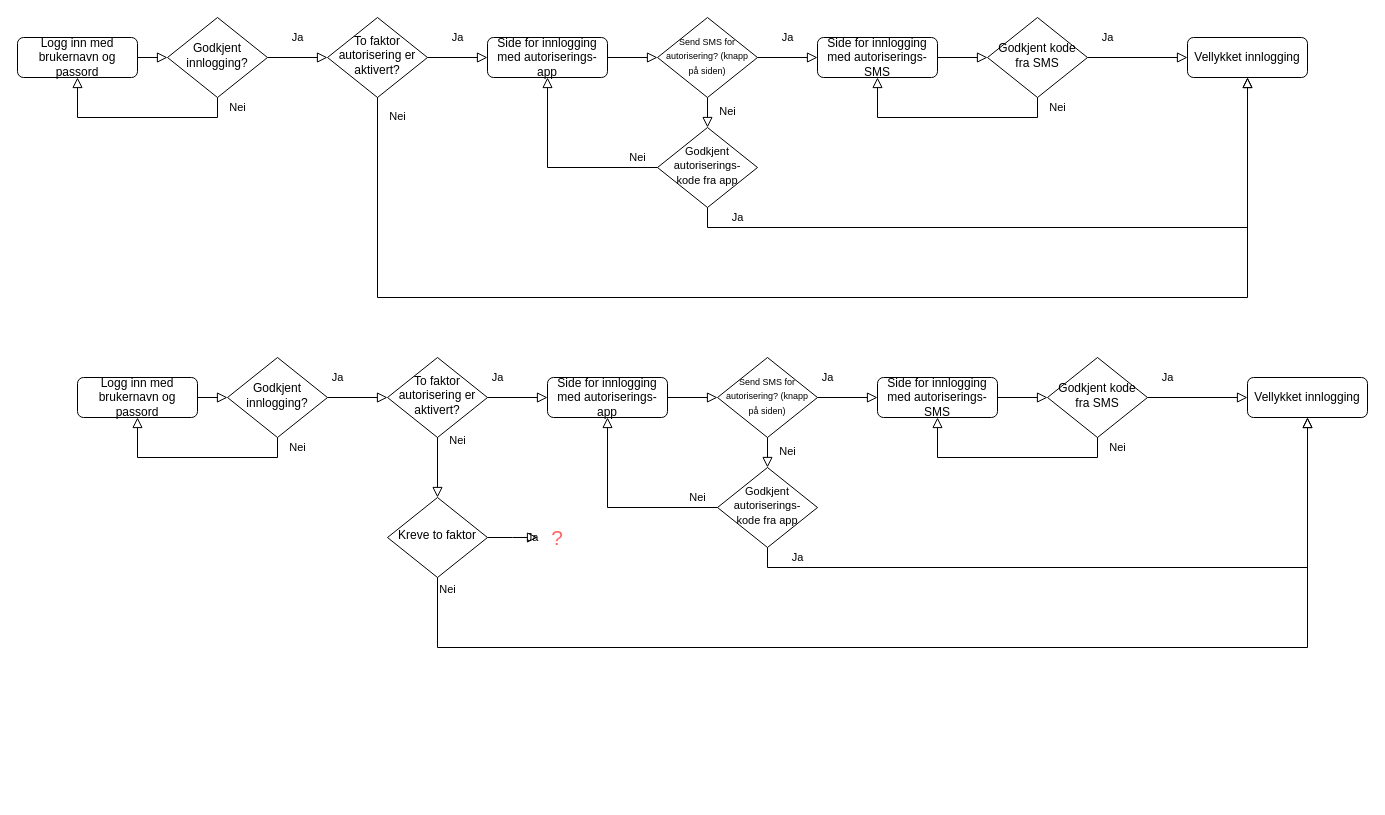
This is Untitled Diagram.drawio from Andreaskaa/sso_dummy, a draw.io file, before an edit. Source tidied: cells renumbered, new cells numbered last; positions are measured from the earlier drawing's top-left corner, leaving out a move shared by most shapes. Both pictures are drawn from the tidied source at 100%, with x=0, y=0 at pixel (17, 17).
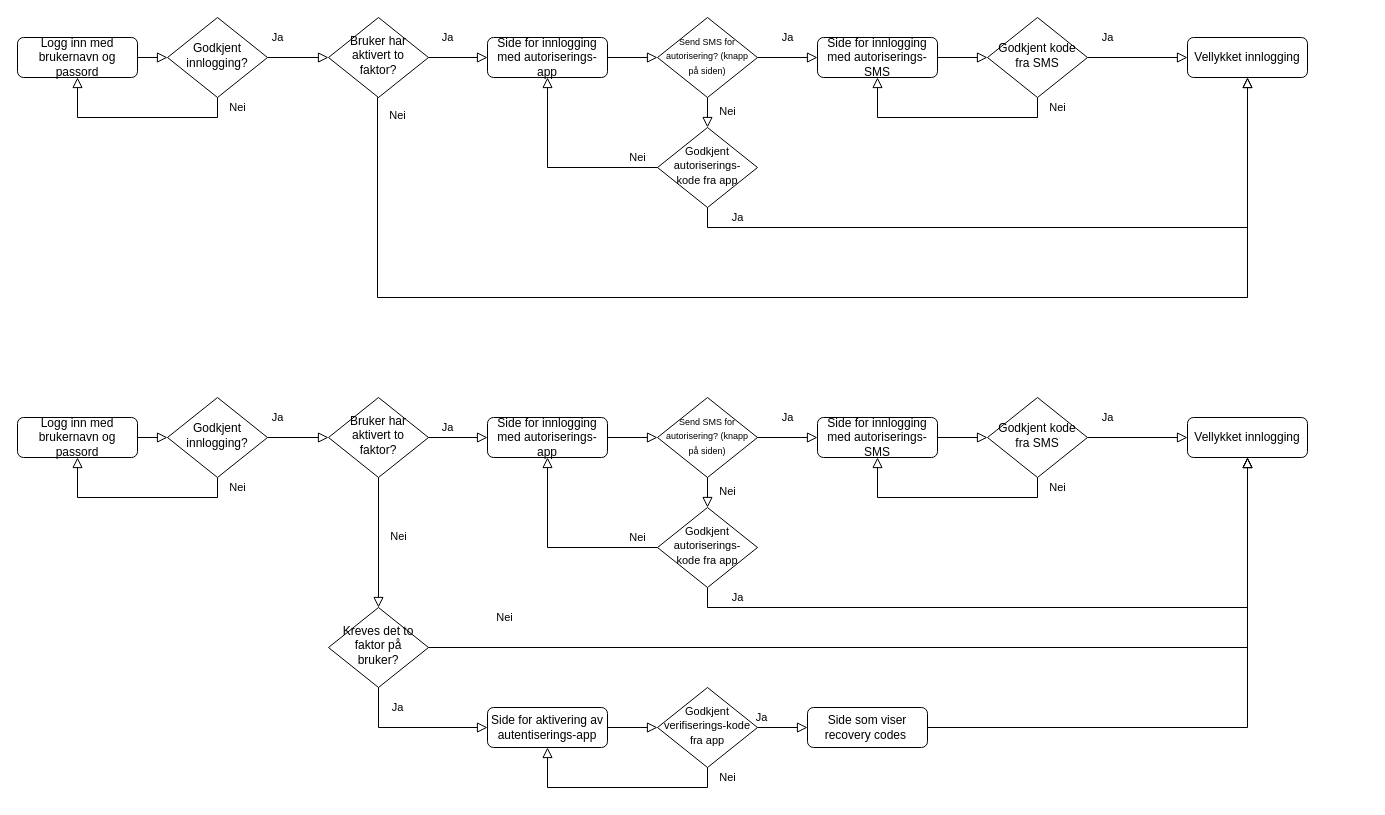
After the change.

Commit message:
Flyt med test partial login

Unchanged cells that the change refers to:
```xml
<mxCell id="6" value="Godkjent innlogging?" style="rhombus;whiteSpace=wrap;html=1;shadow=0;fontFamily=Helvetica;fontSize=12;align=center;strokeWidth=1;spacing=6;spacingTop=-4;" parent="1" vertex="1">
  <mxGeometry x="150" width="100" height="80" as="geometry" />
</mxCell>
<mxCell id="10" value="Side for innlogging med autoriserings-app" style="rounded=1;whiteSpace=wrap;html=1;fontSize=12;glass=0;strokeWidth=1;shadow=0;" parent="1" vertex="1">
  <mxGeometry x="470" y="20" width="120" height="40" as="geometry" />
</mxCell>
```

Diff of the diagram source:
```diff
@@
     <mxCell id="4" value="Ja" style="rounded=0;html=1;jettySize=auto;fontSize=11;endArrow=block;endFill=0;endSize=8;strokeWidth=1;shadow=0;labelBackgroundColor=none;edgeStyle=orthogonalEdgeStyle;entryX=0;entryY=0.5;entryDx=0;entryDy=0;exitX=1;exitY=0.5;exitDx=0;exitDy=0;" parent="1" edge="1" source="6" target="7">
-      <mxGeometry y="20" relative="1" as="geometry" />
+      <mxGeometry x="-0.68" y="20" relative="1" as="geometry" />
     </mxCell>
@@
-    <mxCell id="7" value="To faktor autorisering er aktivert?" style="rhombus;whiteSpace=wrap;html=1;shadow=0;fontFamily=Helvetica;fontSize=12;align=center;strokeWidth=1;spacing=6;spacingTop=-4;" parent="1" vertex="1">
-      <mxGeometry x="310" width="100" height="80" as="geometry" />
+    <mxCell id="7" value="Bruker har aktivert to faktor?" style="rhombus;whiteSpace=wrap;html=1;shadow=0;fontFamily=Helvetica;fontSize=12;align=center;strokeWidth=1;spacing=6;spacingTop=-4;" parent="1" vertex="1">
+      <mxGeometry x="311" width="100" height="80" as="geometry" />
     </mxCell>
     <mxCell id="8" value="Ja" style="rounded=0;html=1;jettySize=auto;fontSize=11;endArrow=block;endFill=0;endSize=8;strokeWidth=1;shadow=0;labelBackgroundColor=none;edgeStyle=orthogonalEdgeStyle;exitX=1;exitY=0.5;exitDx=0;exitDy=0;entryX=0;entryY=0.5;entryDx=0;entryDy=0;" parent="1" edge="1" source="7" target="10">
-      <mxGeometry y="20" relative="1" as="geometry" />
+      <mxGeometry x="-0.36" y="20" relative="1" as="geometry" />
     </mxCell>
@@
     <mxCell id="25" value="Logg inn med brukernavn og passord" style="rounded=1;whiteSpace=wrap;html=1;fontSize=12;glass=0;strokeWidth=1;shadow=0;" parent="1" vertex="1">
-      <mxGeometry x="60" y="360" width="120" height="40" as="geometry" />
+      <mxGeometry y="400" width="120" height="40" as="geometry" />
     </mxCell>
-    <mxCell id="26" value="Ja" style="rounded=0;html=1;jettySize=auto;fontSize=11;endArrow=block;endFill=0;endSize=8;strokeWidth=1;shadow=0;labelBackgroundColor=none;edgeStyle=orthogonalEdgeStyle;entryX=0;entryY=0.5;entryDx=0;entryDy=0;exitX=1;exitY=0.5;exitDx=0;exitDy=0;" parent="1" edge="1" source="28" target="29">
-      <mxGeometry x="-0.67" y="20" relative="1" as="geometry" />
+    <mxCell id="26" value="Ja" style="rounded=0;html=1;jettySize=auto;fontSize=11;endArrow=block;endFill=0;endSize=8;strokeWidth=1;shadow=0;labelBackgroundColor=none;edgeStyle=orthogonalEdgeStyle;entryX=0;entryY=0.5;entryDx=0;entryDy=0;exitX=1;exitY=0.5;exitDx=0;exitDy=0;" parent="1" edge="1" source="28" target="50">
+      <mxGeometry x="-0.68" y="20" relative="1" as="geometry" />
     </mxCell>
@@
     <mxCell id="28" value="Godkjent innlogging?" style="rhombus;whiteSpace=wrap;html=1;shadow=0;fontFamily=Helvetica;fontSize=12;align=center;strokeWidth=1;spacing=6;spacingTop=-4;" parent="1" vertex="1">
-      <mxGeometry x="210" y="340" width="100" height="80" as="geometry" />
+      <mxGeometry x="150" y="380" width="100" height="80" as="geometry" />
     </mxCell>
-    <mxCell id="29" value="To faktor autorisering er aktivert?" style="rhombus;whiteSpace=wrap;html=1;shadow=0;fontFamily=Helvetica;fontSize=12;align=center;strokeWidth=1;spacing=6;spacingTop=-4;" parent="1" vertex="1">
-      <mxGeometry x="370" y="340" width="100" height="80" as="geometry" />
-    </mxCell>
-    <mxCell id="30" value="Ja" style="rounded=0;html=1;jettySize=auto;fontSize=11;endArrow=block;endFill=0;endSize=8;strokeWidth=1;shadow=0;labelBackgroundColor=none;edgeStyle=orthogonalEdgeStyle;exitX=1;exitY=0.5;exitDx=0;exitDy=0;entryX=0;entryY=0.5;entryDx=0;entryDy=0;" parent="1" edge="1" source="29" target="31">
-      <mxGeometry x="-0.67" y="20" relative="1" as="geometry" />
-    </mxCell>
+    <mxCell id="50" value="Bruker har aktivert to faktor?" style="rhombus;whiteSpace=wrap;html=1;shadow=0;fontFamily=Helvetica;fontSize=12;align=center;strokeWidth=1;spacing=6;spacingTop=-4;" parent="1" vertex="1">
+      <mxGeometry x="311" y="380" width="100" height="80" as="geometry" />
+    </mxCell>
+    <mxCell id="51" value="Ja" style="rounded=0;html=1;jettySize=auto;fontSize=11;endArrow=block;endFill=0;endSize=8;strokeWidth=1;shadow=0;labelBackgroundColor=none;edgeStyle=orthogonalEdgeStyle;exitX=1;exitY=0.5;exitDx=0;exitDy=0;entryX=0;entryY=0.5;entryDx=0;entryDy=0;" parent="1" edge="1" source="50" target="31">
+      <mxGeometry x="-0.36" y="10" relative="1" as="geometry" />
+    </mxCell>
     <mxCell id="31" value="Side for innlogging med autoriserings-app" style="rounded=1;whiteSpace=wrap;html=1;fontSize=12;glass=0;strokeWidth=1;shadow=0;" parent="1" vertex="1">
-      <mxGeometry x="530" y="360" width="120" height="40" as="geometry" />
+      <mxGeometry x="470" y="400" width="120" height="40" as="geometry" />
     </mxCell>
     <mxCell id="32" value="&lt;font style=&quot;font-size: 9px&quot;&gt;Send SMS for autorisering? (knapp på siden)&lt;/font&gt;" style="rhombus;whiteSpace=wrap;html=1;shadow=0;fontFamily=Helvetica;fontSize=12;align=center;strokeWidth=1;spacing=6;spacingTop=-4;" parent="1" vertex="1">
-      <mxGeometry x="700" y="340" width="100" height="80" as="geometry" />
+      <mxGeometry x="640" y="380" width="100" height="80" as="geometry" />
     </mxCell>
@@
     <mxCell id="34" value="Ja" style="rounded=0;html=1;jettySize=auto;fontSize=11;endArrow=block;endFill=0;endSize=8;strokeWidth=1;shadow=0;labelBackgroundColor=none;edgeStyle=orthogonalEdgeStyle;exitX=1;exitY=0.5;exitDx=0;exitDy=0;entryX=0;entryY=0.5;entryDx=0;entryDy=0;" parent="1" edge="1" source="32" target="39">
-      <mxGeometry x="-0.67" y="20" relative="1" as="geometry" />
+      <mxGeometry y="20" relative="1" as="geometry" />
     </mxCell>
@@
     <mxCell id="36" value="&lt;font style=&quot;font-size: 11px&quot;&gt;Godkjent autoriserings-kode fra app&lt;/font&gt;" style="rhombus;whiteSpace=wrap;html=1;shadow=0;fontFamily=Helvetica;fontSize=12;align=center;strokeWidth=1;spacing=6;spacingTop=-4;" parent="1" vertex="1">
-      <mxGeometry x="700" y="450" width="100" height="80" as="geometry" />
+      <mxGeometry x="640" y="490" width="100" height="80" as="geometry" />
     </mxCell>
@@
     <mxCell id="39" value="Side for innlogging med autoriserings-SMS" style="rounded=1;whiteSpace=wrap;html=1;fontSize=12;glass=0;strokeWidth=1;shadow=0;" parent="1" vertex="1">
-      <mxGeometry x="860" y="360" width="120" height="40" as="geometry" />
+      <mxGeometry x="800" y="400" width="120" height="40" as="geometry" />
     </mxCell>
     <mxCell id="40" value="Godkjent kode fra SMS" style="rhombus;whiteSpace=wrap;html=1;shadow=0;fontFamily=Helvetica;fontSize=12;align=center;strokeWidth=1;spacing=6;spacingTop=-4;" parent="1" vertex="1">
-      <mxGeometry x="1030" y="340" width="100" height="80" as="geometry" />
+      <mxGeometry x="970" y="380" width="100" height="80" as="geometry" />
     </mxCell>
@@
     <mxCell id="44" value="Vellykket innlogging" style="rounded=1;whiteSpace=wrap;html=1;fontSize=12;glass=0;strokeWidth=1;shadow=0;" parent="1" vertex="1">
-      <mxGeometry x="1230" y="360" width="120" height="40" as="geometry" />
+      <mxGeometry x="1170" y="400" width="120" height="40" as="geometry" />
     </mxCell>
-    <mxCell id="45" value="Kreve to faktor" style="rhombus;whiteSpace=wrap;html=1;shadow=0;fontFamily=Helvetica;fontSize=12;align=center;strokeWidth=1;spacing=6;spacingTop=-4;" parent="1" vertex="1">
-      <mxGeometry x="370" y="480" width="100" height="80" as="geometry" />
-    </mxCell>
-    <mxCell id="46" value="Nei" style="edgeStyle=orthogonalEdgeStyle;rounded=0;html=1;jettySize=auto;fontSize=11;endArrow=block;endFill=0;endSize=8;strokeWidth=1;shadow=0;labelBackgroundColor=none;entryX=0.5;entryY=0;entryDx=0;entryDy=0;exitX=0.5;exitY=1;exitDx=0;exitDy=0;" parent="1" edge="1" source="29" target="45">
-      <mxGeometry x="-0.9" y="20" relative="1" as="geometry" />
-    </mxCell>
-    <mxCell id="47" value="Ja" style="rounded=0;html=1;jettySize=auto;fontSize=11;endArrow=block;endFill=0;endSize=8;strokeWidth=1;shadow=0;labelBackgroundColor=none;edgeStyle=orthogonalEdgeStyle;exitX=1;exitY=0.5;exitDx=0;exitDy=0;" parent="1" edge="1" source="45">
-      <mxGeometry y="20" relative="1" as="geometry">
-        <mxPoint x="520" y="520" as="targetPoint" />
-      </mxGeometry>
-    </mxCell>
-    <mxCell id="48" value="Nei" style="edgeStyle=orthogonalEdgeStyle;rounded=0;html=1;jettySize=auto;fontSize=11;endArrow=block;endFill=0;endSize=8;strokeWidth=1;shadow=0;labelBackgroundColor=none;entryX=0.5;entryY=1;entryDx=0;entryDy=0;exitX=0.5;exitY=1;exitDx=0;exitDy=0;" parent="1" edge="1" source="45" target="44">
-      <mxGeometry x="-0.98" y="10" relative="1" as="geometry">
-        <Array as="points">
-          <mxPoint x="420" y="630" />
-          <mxPoint x="1290" y="630" />
-        </Array>
-      </mxGeometry>
-    </mxCell>
-    <mxCell id="49" value="&lt;font style=&quot;font-size: 21px&quot; color=&quot;#ff6666&quot;&gt;?&lt;/font&gt;" style="text;html=1;strokeColor=none;fillColor=none;align=center;verticalAlign=middle;whiteSpace=wrap;rounded=0;" parent="1" vertex="1">
-      <mxGeometry x="520" y="510" width="40" height="20" as="geometry" />
-    </mxCell>
+    <mxCell id="52" value="Kreves det to faktor på bruker?" style="rhombus;whiteSpace=wrap;html=1;shadow=0;fontFamily=Helvetica;fontSize=12;align=center;strokeWidth=1;spacing=6;spacingTop=-4;" parent="1" vertex="1">
+      <mxGeometry x="311" y="590" width="100" height="80" as="geometry" />
+    </mxCell>
+    <mxCell id="53" value="Nei" style="edgeStyle=orthogonalEdgeStyle;rounded=0;html=1;jettySize=auto;fontSize=11;endArrow=block;endFill=0;endSize=8;strokeWidth=1;shadow=0;labelBackgroundColor=none;exitX=0.5;exitY=1;exitDx=0;exitDy=0;entryX=0.5;entryY=0;entryDx=0;entryDy=0;" parent="1" edge="1" source="50" target="52">
+      <mxGeometry x="-0.1" y="20" relative="1" as="geometry" />
+    </mxCell>
+    <mxCell id="54" value="Nei" style="edgeStyle=orthogonalEdgeStyle;rounded=0;html=1;jettySize=auto;fontSize=11;endArrow=block;endFill=0;endSize=8;strokeWidth=1;shadow=0;labelBackgroundColor=none;exitX=1;exitY=0.5;exitDx=0;exitDy=0;entryX=0.5;entryY=1;entryDx=0;entryDy=0;" parent="1" edge="1" source="52" target="44">
+      <mxGeometry x="-0.85" y="30" relative="1" as="geometry">
+        <Array as="points">
+          <mxPoint x="411" y="630" />
+          <mxPoint x="1230" y="630" />
+        </Array>
+      </mxGeometry>
+    </mxCell>
+    <mxCell id="55" value="Side for aktivering av autentiserings-app" style="rounded=1;whiteSpace=wrap;html=1;fontSize=12;glass=0;strokeWidth=1;shadow=0;" parent="1" vertex="1">
+      <mxGeometry x="470" y="690" width="120" height="40" as="geometry" />
+    </mxCell>
+    <mxCell id="56" value="Ja" style="rounded=0;html=1;jettySize=auto;fontSize=11;endArrow=block;endFill=0;endSize=8;strokeWidth=1;shadow=0;labelBackgroundColor=none;edgeStyle=orthogonalEdgeStyle;exitX=0.5;exitY=1;exitDx=0;exitDy=0;entryX=0;entryY=0.5;entryDx=0;entryDy=0;" parent="1" edge="1" source="52" target="55">
+      <mxGeometry x="-0.73" y="19" relative="1" as="geometry" />
+    </mxCell>
+    <mxCell id="57" value="&lt;font style=&quot;font-size: 11px&quot;&gt;Godkjent verifiserings-kode fra app&lt;/font&gt;" style="rhombus;whiteSpace=wrap;html=1;shadow=0;fontFamily=Helvetica;fontSize=12;align=center;strokeWidth=1;spacing=6;spacingTop=-4;" parent="1" vertex="1">
+      <mxGeometry x="640" y="670" width="100" height="80" as="geometry" />
+    </mxCell>
+    <mxCell id="58" style="rounded=0;html=1;jettySize=auto;fontSize=11;endArrow=block;endFill=0;endSize=8;strokeWidth=1;shadow=0;labelBackgroundColor=none;edgeStyle=orthogonalEdgeStyle;exitX=1;exitY=0.5;exitDx=0;exitDy=0;entryX=0;entryY=0.5;entryDx=0;entryDy=0;" parent="1" edge="1" source="55" target="57">
+      <mxGeometry relative="1" as="geometry" />
+    </mxCell>
+    <mxCell id="59" value="Nei" style="edgeStyle=orthogonalEdgeStyle;rounded=0;html=1;jettySize=auto;fontSize=11;endArrow=block;endFill=0;endSize=8;strokeWidth=1;shadow=0;labelBackgroundColor=none;exitX=0.5;exitY=1;exitDx=0;exitDy=0;entryX=0.5;entryY=1;entryDx=0;entryDy=0;" parent="1" edge="1" source="57" target="55">
+      <mxGeometry x="-0.91" y="20" relative="1" as="geometry" />
+    </mxCell>
+    <mxCell id="60" value="Ja" style="rounded=0;html=1;jettySize=auto;fontSize=11;endArrow=block;endFill=0;endSize=8;strokeWidth=1;shadow=0;labelBackgroundColor=none;edgeStyle=orthogonalEdgeStyle;exitX=1;exitY=0.5;exitDx=0;exitDy=0;entryX=0;entryY=0.5;entryDx=0;entryDy=0;" parent="1" edge="1" source="57" target="61">
+      <mxGeometry x="-0.86" y="10" relative="1" as="geometry" />
+    </mxCell>
+    <mxCell id="61" value="Side som viser recovery codes&amp;nbsp;" style="rounded=1;whiteSpace=wrap;html=1;fontSize=12;glass=0;strokeWidth=1;shadow=0;" parent="1" vertex="1">
+      <mxGeometry x="790" y="690" width="120" height="40" as="geometry" />
+    </mxCell>
+    <mxCell id="62" style="rounded=0;html=1;jettySize=auto;fontSize=11;endArrow=block;endFill=0;endSize=8;strokeWidth=1;shadow=0;labelBackgroundColor=none;edgeStyle=orthogonalEdgeStyle;exitX=1;exitY=0.5;exitDx=0;exitDy=0;entryX=0.5;entryY=1;entryDx=0;entryDy=0;" parent="1" edge="1" source="61" target="44">
+      <mxGeometry relative="1" as="geometry" />
+    </mxCell>
```
